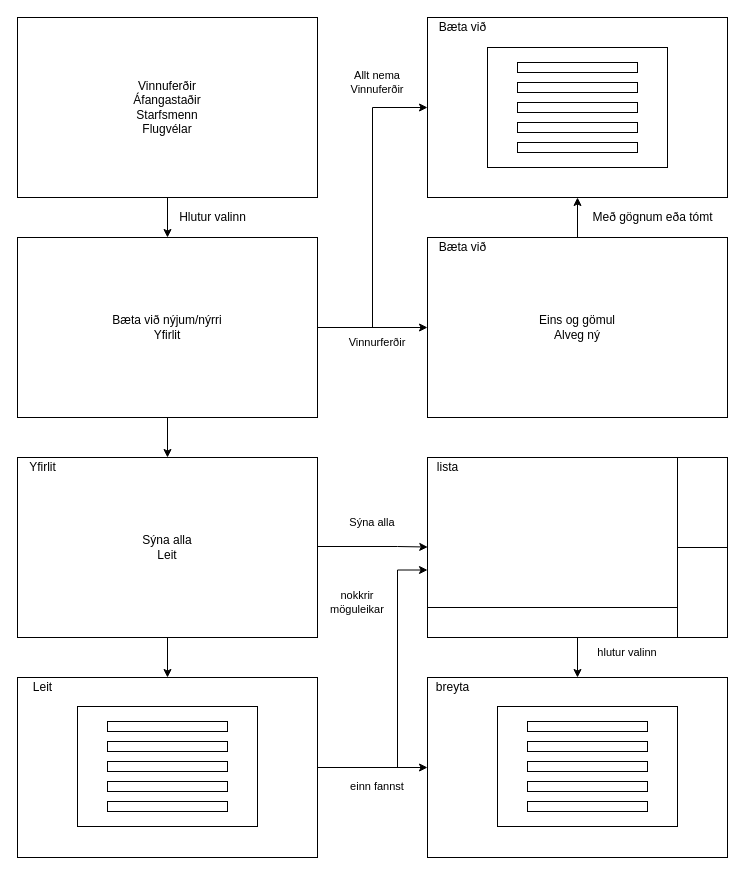
Before: greining/wireframe/wireframe.drawio in ornstrange/VLN1, a draw.io diagram. Source tidied: cells renumbered, new cells numbered last; positions are measured from the earlier drawing's top-left corner, leaving out a move shared by most shapes. Both pictures are drawn from the tidied source at 100%, with x=0, y=0 at pixel (17, 17).
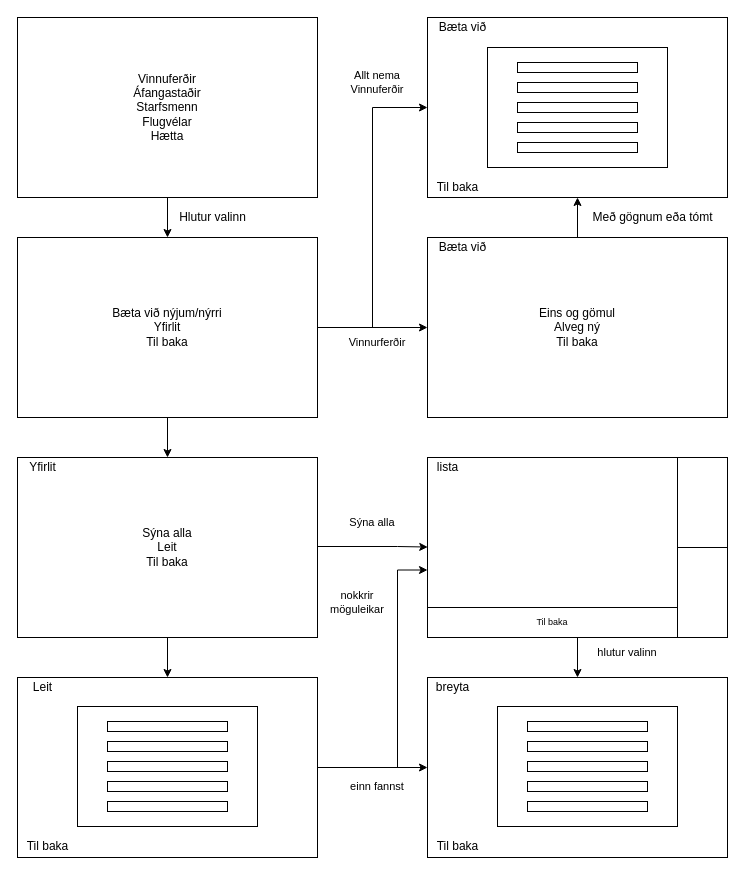
After the change.

What changed in the source:
```diff
@@
+    <mxCell id="28" style="rounded=0;whiteSpace=wrap;strokeWidth=1;fillColor=none;html=1;" parent="1" vertex="1">
+      <mxGeometry x="410" y="440" width="300" height="180" as="geometry" />
+    </mxCell>
@@
-    <mxCell id="3" value="Vinnuferðir&lt;br&gt;Áfangastaðir&lt;br&gt;Starfsmenn&lt;br&gt;Flugvélar" style="rounded=0;whiteSpace=wrap;strokeWidth=1;fillColor=none;html=1;" parent="1" vertex="1">
+    <mxCell id="3" value="Vinnuferðir&lt;br&gt;Áfangastaðir&lt;br&gt;Starfsmenn&lt;br&gt;Flugvélar&lt;br&gt;Hætta" style="rounded=0;whiteSpace=wrap;strokeWidth=1;fillColor=none;html=1;" parent="1" vertex="1">
       <mxGeometry width="300" height="180" as="geometry" />
     </mxCell>
@@
-    <mxCell id="7" value="Bæta við nýjum/nýrri&lt;br&gt;Yfirlit" style="rounded=0;whiteSpace=wrap;strokeWidth=1;fillColor=none;html=1;" parent="1" vertex="1">
+    <mxCell id="7" value="Bæta við nýjum/nýrri&lt;br&gt;Yfirlit&lt;br&gt;Til baka" style="rounded=0;whiteSpace=wrap;strokeWidth=1;fillColor=none;html=1;" parent="1" vertex="1">
       <mxGeometry y="220" width="300" height="180" as="geometry" />
     </mxCell>
@@
-    <mxCell id="10" value="Sýna alla&lt;br&gt;Leit" style="rounded=0;whiteSpace=wrap;strokeWidth=1;fillColor=none;html=1;" parent="1" vertex="1">
+    <mxCell id="10" value="Sýna alla&lt;br&gt;Leit&lt;br&gt;Til baka" style="rounded=0;whiteSpace=wrap;strokeWidth=1;fillColor=none;html=1;" parent="1" vertex="1">
       <mxGeometry y="440" width="300" height="180" as="geometry" />
     </mxCell>
@@
-    <mxCell id="23" value="Eins og gömul&lt;br&gt;Alveg ný" style="rounded=0;whiteSpace=wrap;strokeWidth=1;fillColor=none;html=1;" parent="1" vertex="1">
+    <mxCell id="23" value="Eins og gömul&lt;br&gt;Alveg ný&lt;br&gt;Til baka" style="rounded=0;whiteSpace=wrap;strokeWidth=1;fillColor=none;html=1;" parent="1" vertex="1">
       <mxGeometry x="410" y="220" width="300" height="180" as="geometry" />
     </mxCell>
@@
-    <mxCell id="28" style="rounded=0;whiteSpace=wrap;strokeWidth=1;fillColor=none;html=1;" parent="1" vertex="1">
-      <mxGeometry x="410" y="440" width="300" height="180" as="geometry" />
-    </mxCell>
@@
+    <mxCell id="54" value="Til baka" style="rounded=0;whiteSpace=wrap;html=1;strokeWidth=1;fillColor=none;fontSize=9;" parent="1" vertex="1">
+      <mxGeometry x="410" y="590" width="250" height="30" as="geometry" />
+    </mxCell>
+    <mxCell id="55" value="Til baka" style="text;html=1;align=center;verticalAlign=middle;" parent="1" vertex="1">
+      <mxGeometry x="410" y="819" width="60" height="20" as="geometry" />
+    </mxCell>
+    <mxCell id="56" value="Til baka" style="text;html=1;align=center;verticalAlign=middle;" parent="1" vertex="1">
+      <mxGeometry y="819" width="60" height="20" as="geometry" />
+    </mxCell>
+    <mxCell id="57" value="Til baka" style="text;html=1;align=center;verticalAlign=middle;" parent="1" vertex="1">
+      <mxGeometry x="410" y="160" width="60" height="20" as="geometry" />
+    </mxCell>
```
